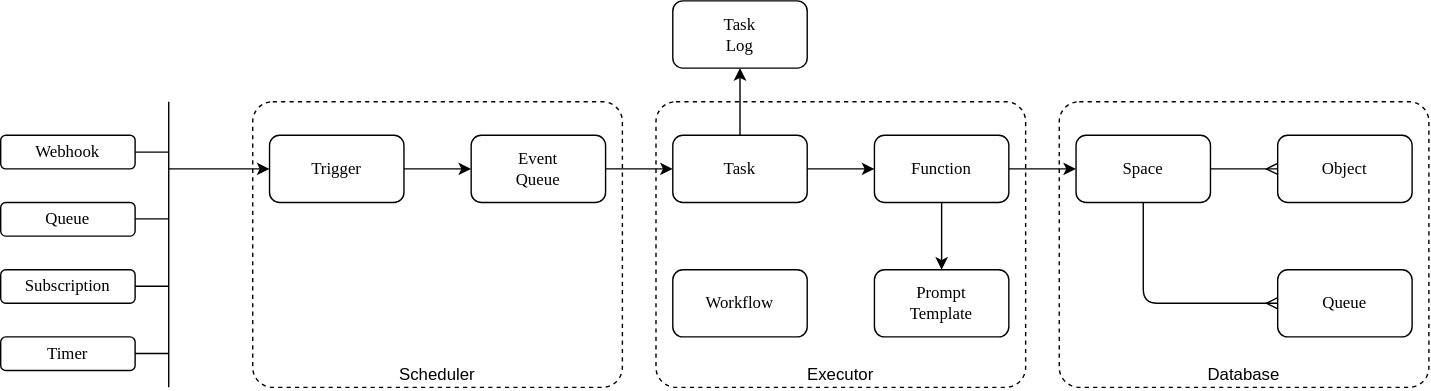
Above: docs/design/diagrams/ai.drawio.svg in dxos/dxos (draw.io), before the change. Source tidied: cells renumbered, new cells last; positions are measured from the earlier drawing's top-left corner, leaving out a move shared by most shapes.
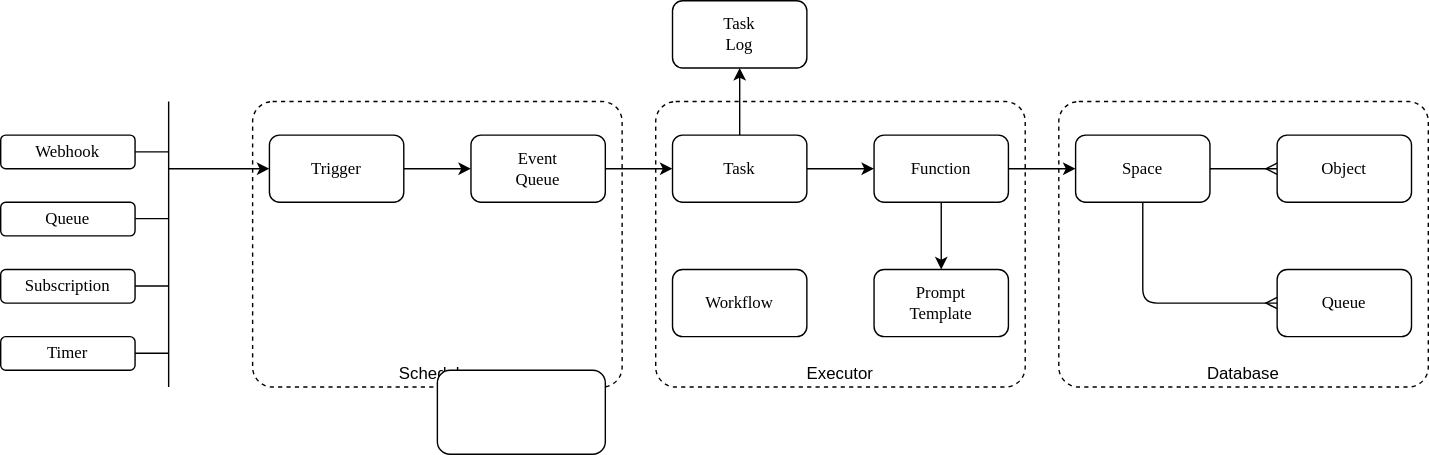
After the commit.

Commit message:
docs: re-save the process architecture diagram from drawio

Carries drawio's dark-mode colour tokens and one added box; the file
is a drawio export, so the diff is the tool's own rewrite.

What changed in the source:
```diff
@@ -115,5 +115,8 @@
         <mxPoint x="120" y="120" as="targetPoint" />
       </mxGeometry>
     </mxCell>
+    <mxCell id="33" style="rounded=1;whiteSpace=wrap;html=1;" parent="1" vertex="1">
+      <mxGeometry x="312" y="264" width="120" height="60" as="geometry" />
+    </mxCell>
   </root>
 </mxGraphModel>
```
